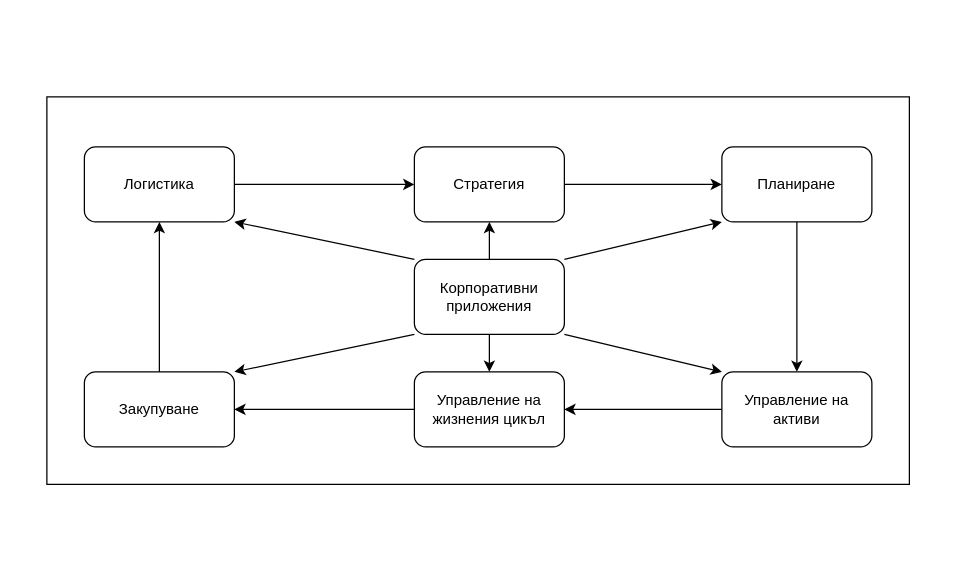
Earlier version of the draw.io diagram Chapter1/SCMelements.drawio (profjordanov/phd). Source tidied: cells renumbered, new cells numbered last; positions are measured from the earlier drawing's top-left corner, leaving out a move shared by most shapes. Both pictures are drawn from the tidied source at 125%, with x=0, y=0 at pixel (46, 96).
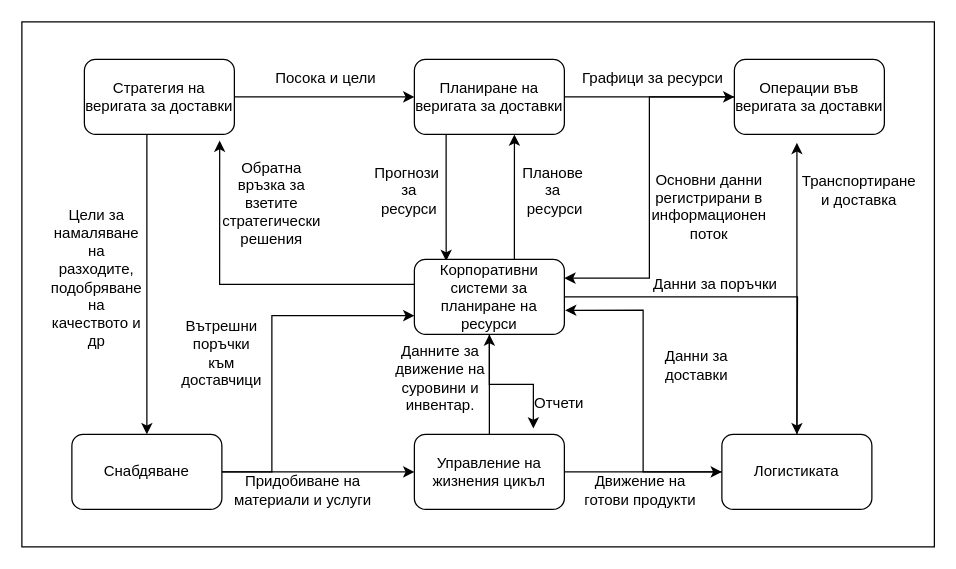
After the change.

Diff of the diagram source:
```diff
@@
     <mxCell id="2" style="rounded=0;whiteSpace=wrap;html=1;" parent="1" vertex="1">
-      <mxGeometry width="690" height="310" as="geometry" />
+      <mxGeometry x="-20" y="-60" width="730" height="420" as="geometry" />
     </mxCell>
@@
+    <mxCell id="22" style="edgeStyle=orthogonalEdgeStyle;rounded=0;jettySize=auto;html=1;" parent="1" edge="1" source="4" target="14">
+      <mxGeometry relative="1" as="geometry">
+        <Array as="points">
+          <mxPoint x="80" y="90" />
+          <mxPoint x="80" y="90" />
+        </Array>
+      </mxGeometry>
+    </mxCell>
-    <mxCell id="4" value="Логистика " style="rounded=1;whiteSpace=wrap;html=1;" parent="1" vertex="1">
-      <mxGeometry x="30" y="40" width="120" height="60" as="geometry" />
+    <mxCell id="4" value="Стратегия на веригата за доставки " style="rounded=1;whiteSpace=wrap;html=1;" parent="1" vertex="1">
+      <mxGeometry x="30" y="-30" width="120" height="60" as="geometry" />
     </mxCell>
@@
+    <mxCell id="23" style="edgeStyle=orthogonalEdgeStyle;rounded=0;jettySize=auto;html=1;entryX=0.212;entryY=0.022;entryDx=0;entryDy=0;entryPerimeter=0;" parent="1" edge="1" source="6" target="17">
+      <mxGeometry relative="1" as="geometry">
+        <Array as="points">
+          <mxPoint x="319" y="80" />
+        </Array>
+      </mxGeometry>
+    </mxCell>
-    <mxCell id="6" value="Стратегия " style="rounded=1;whiteSpace=wrap;html=1;" parent="1" vertex="1">
-      <mxGeometry x="294" y="40" width="120" height="60" as="geometry" />
+    <mxCell id="6" value="Планиране на веригата за доставки " style="rounded=1;whiteSpace=wrap;html=1;" parent="1" vertex="1">
+      <mxGeometry x="294" y="-30" width="120" height="60" as="geometry" />
     </mxCell>
-    <mxCell id="7" style="edgeStyle=orthogonalEdgeStyle;rounded=0;jettySize=auto;html=1;" parent="1" edge="1" source="8" target="10">
-      <mxGeometry relative="1" as="geometry" />
-    </mxCell>
+    <mxCell id="24" style="edgeStyle=orthogonalEdgeStyle;rounded=0;jettySize=auto;html=1;entryX=1;entryY=0.25;entryDx=0;entryDy=0;" parent="1" edge="1" source="8" target="17">
+      <mxGeometry relative="1" as="geometry" />
+    </mxCell>
-    <mxCell id="8" value="Планиране " style="rounded=1;whiteSpace=wrap;html=1;" parent="1" vertex="1">
-      <mxGeometry x="540" y="40" width="120" height="60" as="geometry" />
+    <mxCell id="8" value="Операции във веригата за доставки " style="rounded=1;whiteSpace=wrap;html=1;" parent="1" vertex="1">
+      <mxGeometry x="550" y="-30" width="120" height="60" as="geometry" />
     </mxCell>
-    <mxCell id="9" style="edgeStyle=orthogonalEdgeStyle;rounded=0;jettySize=auto;html=1;" parent="1" edge="1" source="10" target="12">
-      <mxGeometry relative="1" as="geometry" />
-    </mxCell>
-    <mxCell id="10" value="Управление на активи" style="rounded=1;whiteSpace=wrap;html=1;" parent="1" vertex="1">
-      <mxGeometry x="540" y="220" width="120" height="60" as="geometry" />
+    <mxCell id="10" value="Логистиката" style="rounded=1;whiteSpace=wrap;html=1;" parent="1" vertex="1">
+      <mxGeometry x="540" y="270" width="120" height="60" as="geometry" />
     </mxCell>
-    <mxCell id="11" style="edgeStyle=orthogonalEdgeStyle;rounded=0;jettySize=auto;html=1;" parent="1" edge="1" source="12" target="14">
-      <mxGeometry relative="1" as="geometry" />
-    </mxCell>
+    <mxCell id="25" style="edgeStyle=orthogonalEdgeStyle;rounded=0;jettySize=auto;html=1;" parent="1" edge="1" source="12" target="17">
+      <mxGeometry relative="1" as="geometry" />
+    </mxCell>
+    <mxCell id="26" style="edgeStyle=orthogonalEdgeStyle;rounded=0;jettySize=auto;html=1;" parent="1" edge="1" source="12" target="10">
+      <mxGeometry relative="1" as="geometry" />
+    </mxCell>
     <mxCell id="12" value="Управление на жизнения цикъл " style="rounded=1;whiteSpace=wrap;html=1;" parent="1" vertex="1">
-      <mxGeometry x="294" y="220" width="120" height="60" as="geometry" />
+      <mxGeometry x="294" y="270" width="120" height="60" as="geometry" />
     </mxCell>
-    <mxCell id="13" style="edgeStyle=orthogonalEdgeStyle;rounded=0;jettySize=auto;html=1;" parent="1" edge="1" source="14" target="4">
-      <mxGeometry relative="1" as="geometry" />
-    </mxCell>
+    <mxCell id="27" style="edgeStyle=orthogonalEdgeStyle;rounded=0;jettySize=auto;html=1;entryX=0;entryY=0.75;entryDx=0;entryDy=0;" parent="1" edge="1" source="14" target="17">
+      <mxGeometry relative="1" as="geometry">
+        <Array as="points">
+          <mxPoint x="180" y="300" />
+          <mxPoint x="180" y="175" />
+        </Array>
+      </mxGeometry>
+    </mxCell>
+    <mxCell id="28" style="edgeStyle=orthogonalEdgeStyle;rounded=0;jettySize=auto;html=1;" parent="1" edge="1" source="14" target="12">
+      <mxGeometry relative="1" as="geometry" />
+    </mxCell>
-    <mxCell id="14" value="Закупуване " style="rounded=1;whiteSpace=wrap;html=1;" parent="1" vertex="1">
-      <mxGeometry x="30" y="220" width="120" height="60" as="geometry" />
+    <mxCell id="14" value="Снабдяване" style="rounded=1;whiteSpace=wrap;html=1;" parent="1" vertex="1">
+      <mxGeometry x="20" y="270" width="120" height="60" as="geometry" />
     </mxCell>
-    <mxCell id="15" style="edgeStyle=orthogonalEdgeStyle;rounded=0;jettySize=auto;html=1;" parent="1" edge="1" source="17" target="6">
-      <mxGeometry relative="1" as="geometry" />
+    <mxCell id="15" style="edgeStyle=orthogonalEdgeStyle;rounded=0;jettySize=auto;html=1;entryX=0.667;entryY=1.002;entryDx=0;entryDy=0;entryPerimeter=0;" parent="1" edge="1" source="17" target="6">
+      <mxGeometry relative="1" as="geometry">
+        <Array as="points">
+          <mxPoint x="374" y="100" />
+          <mxPoint x="374" y="100" />
+        </Array>
+      </mxGeometry>
     </mxCell>
+    <mxCell id="29" style="edgeStyle=orthogonalEdgeStyle;rounded=0;jettySize=auto;html=1;" parent="1" edge="1" source="17">
+      <mxGeometry relative="1" as="geometry">
+        <mxPoint x="600" y="270" as="targetPoint" />
+      </mxGeometry>
+    </mxCell>
+    <mxCell id="17" value="Корпоративни системи за планиране на ресурси " style="rounded=1;whiteSpace=wrap;html=1;" parent="1" vertex="1">
+      <mxGeometry x="294" y="130" width="120" height="60" as="geometry" />
+    </mxCell>
+    <mxCell id="30" value="Посока и цели&amp;nbsp;" style="text;html=1;align=center;verticalAlign=middle;whiteSpace=wrap;rounded=0;" parent="1" vertex="1">
+      <mxGeometry x="140" y="-30" width="170" height="30" as="geometry" />
+    </mxCell>
+    <mxCell id="31" value="Прогнози&amp;nbsp;&lt;div&gt;&lt;span style=&quot;background-color: initial;&quot;&gt;за ресурси&lt;/span&gt;&lt;/div&gt;" style="text;html=1;align=center;verticalAlign=middle;whiteSpace=wrap;rounded=0;" parent="1" vertex="1">
+      <mxGeometry x="260" y="60" width="60" height="30" as="geometry" />
+    </mxCell>
+    <mxCell id="32" value="Графици&lt;span style=&quot;background-color: initial;&quot;&gt;&amp;nbsp;за ресурси&lt;/span&gt;" style="text;html=1;align=center;verticalAlign=middle;whiteSpace=wrap;rounded=0;" parent="1" vertex="1">
+      <mxGeometry x="400" y="-30" width="170" height="30" as="geometry" />
+    </mxCell>
+    <mxCell id="33" value="&lt;div&gt;Планове за&lt;/div&gt;&lt;div&gt;&amp;nbsp;ресурси&lt;/div&gt;" style="text;html=1;align=center;verticalAlign=middle;whiteSpace=wrap;rounded=0;" parent="1" vertex="1">
+      <mxGeometry x="380" y="60" width="50" height="30" as="geometry" />
+    </mxCell>
+    <mxCell id="34" value="Основни данни регистрирани&amp;nbsp;в информационен поток&lt;div&gt;&lt;br&gt;&lt;/div&gt;" style="text;html=1;align=center;verticalAlign=middle;whiteSpace=wrap;rounded=0;" parent="1" vertex="1">
+      <mxGeometry x="500" y="80" width="60" height="30" as="geometry" />
+    </mxCell>
+    <mxCell id="35" style="edgeStyle=orthogonalEdgeStyle;rounded=0;jettySize=auto;html=1;entryX=0.902;entryY=1.083;entryDx=0;entryDy=0;entryPerimeter=0;" parent="1" edge="1" source="17" target="4">
+      <mxGeometry relative="1" as="geometry">
+        <Array as="points">
+          <mxPoint x="138" y="150" />
+        </Array>
+      </mxGeometry>
+    </mxCell>
+    <mxCell id="36" value="Обратна връзка за взетите стратегически решения" style="text;html=1;align=center;verticalAlign=middle;whiteSpace=wrap;rounded=0;" parent="1" vertex="1">
+      <mxGeometry x="150" y="70" width="60" height="30" as="geometry" />
+    </mxCell>
+    <mxCell id="37" value="Цели за намаляване на разходите, подобряване на качеството и др" style="text;html=1;align=center;verticalAlign=middle;whiteSpace=wrap;rounded=0;" parent="1" vertex="1">
+      <mxGeometry x="10" y="130" width="60" height="30" as="geometry" />
+    </mxCell>
+    <mxCell id="38" value="Вътрешни поръчки към доставчици" style="text;html=1;align=center;verticalAlign=middle;whiteSpace=wrap;rounded=0;" parent="1" vertex="1">
+      <mxGeometry x="110" y="190" width="60" height="30" as="geometry" />
+    </mxCell>
+    <mxCell id="39" value="Придобиване на материали и услуги" style="text;html=1;align=center;verticalAlign=middle;whiteSpace=wrap;rounded=0;" parent="1" vertex="1">
+      <mxGeometry x="140" y="300" width="130" height="30" as="geometry" />
+    </mxCell>
+    <mxCell id="40" value="Данните за движение на суровини и инвентар." style="text;html=1;align=center;verticalAlign=middle;whiteSpace=wrap;rounded=0;" parent="1" vertex="1">
+      <mxGeometry x="257" y="210" width="116" height="30" as="geometry" />
+    </mxCell>
+    <mxCell id="41" style="edgeStyle=orthogonalEdgeStyle;rounded=0;jettySize=auto;html=1;entryX=0.417;entryY=1.113;entryDx=0;entryDy=0;entryPerimeter=0;" parent="1" edge="1" source="10" target="8">
+      <mxGeometry relative="1" as="geometry" />
+    </mxCell>
+    <mxCell id="42" value="Транспортиране и доставка" style="text;html=1;align=center;verticalAlign=middle;whiteSpace=wrap;rounded=0;" parent="1" vertex="1">
+      <mxGeometry x="620" y="60" width="60" height="30" as="geometry" />
+    </mxCell>
+    <mxCell id="43" style="edgeStyle=orthogonalEdgeStyle;rounded=0;jettySize=auto;html=1;entryX=1.005;entryY=0.679;entryDx=0;entryDy=0;entryPerimeter=0;" parent="1" edge="1" source="10" target="17">
+      <mxGeometry relative="1" as="geometry" />
+    </mxCell>
+    <mxCell id="44" value="&lt;div&gt;Данни за поръчки&lt;/div&gt;" style="text;html=1;align=center;verticalAlign=middle;whiteSpace=wrap;rounded=0;" parent="1" vertex="1">
+      <mxGeometry x="470" y="135" width="130" height="30" as="geometry" />
+    </mxCell>
+    <mxCell id="45" value="&lt;div&gt;Данни за доставки&lt;/div&gt;" style="text;html=1;align=center;verticalAlign=middle;whiteSpace=wrap;rounded=0;" parent="1" vertex="1">
+      <mxGeometry x="490" y="200" width="60" height="30" as="geometry" />
+    </mxCell>
+    <mxCell id="46" value="Движение на готови продукти" style="text;html=1;align=center;verticalAlign=middle;whiteSpace=wrap;rounded=0;" parent="1" vertex="1">
+      <mxGeometry x="420" y="300" width="110" height="30" as="geometry" />
+    </mxCell>
-    <mxCell id="16" style="edgeStyle=orthogonalEdgeStyle;rounded=0;jettySize=auto;html=1;" parent="1" edge="1" source="17" target="12">
+    <mxCell id="16" style="edgeStyle=orthogonalEdgeStyle;rounded=0;jettySize=auto;html=1;entryX=0.793;entryY=-0.079;entryDx=0;entryDy=0;entryPerimeter=0;" parent="1" edge="1" source="17" target="12">
       <mxGeometry relative="1" as="geometry" />
     </mxCell>
-    <mxCell id="17" value="Корпоративни приложения " style="rounded=1;whiteSpace=wrap;html=1;" parent="1" vertex="1">
-      <mxGeometry x="294" y="130" width="120" height="60" as="geometry" />
-    </mxCell>
-    <mxCell id="18" style="endArrow=classic;html=1;rounded=0;entryX=0;entryY=1;entryDx=0;entryDy=0;exitX=1;exitY=0;exitDx=0;exitDy=0;" parent="1" edge="1" source="17" target="8">
-      <mxGeometry relative="1" as="geometry" />
-    </mxCell>
-    <mxCell id="19" style="endArrow=classic;html=1;rounded=0;entryX=0;entryY=0;entryDx=0;entryDy=0;exitX=1;exitY=1;exitDx=0;exitDy=0;" parent="1" edge="1" source="17" target="10">
-      <mxGeometry relative="1" as="geometry" />
-    </mxCell>
-    <mxCell id="20" style="endArrow=classic;html=1;rounded=0;entryX=1;entryY=0;entryDx=0;entryDy=0;exitX=0;exitY=1;exitDx=0;exitDy=0;" parent="1" edge="1" source="17" target="14">
-      <mxGeometry relative="1" as="geometry" />
-    </mxCell>
-    <mxCell id="21" style="endArrow=classic;html=1;rounded=0;exitX=0;exitY=1;exitDx=0;exitDy=0;entryX=1;entryY=1;entryDx=0;entryDy=0;" parent="1" edge="1" target="4">
-      <mxGeometry relative="1" as="geometry">
-        <mxPoint x="294" y="130" as="sourcePoint" />
-      </mxGeometry>
-    </mxCell>
+    <mxCell id="47" value="&lt;div&gt;Отчети&lt;/div&gt;" style="text;html=1;align=center;verticalAlign=middle;whiteSpace=wrap;rounded=0;" parent="1" vertex="1">
+      <mxGeometry x="380" y="230" width="60" height="30" as="geometry" />
+    </mxCell>
```
